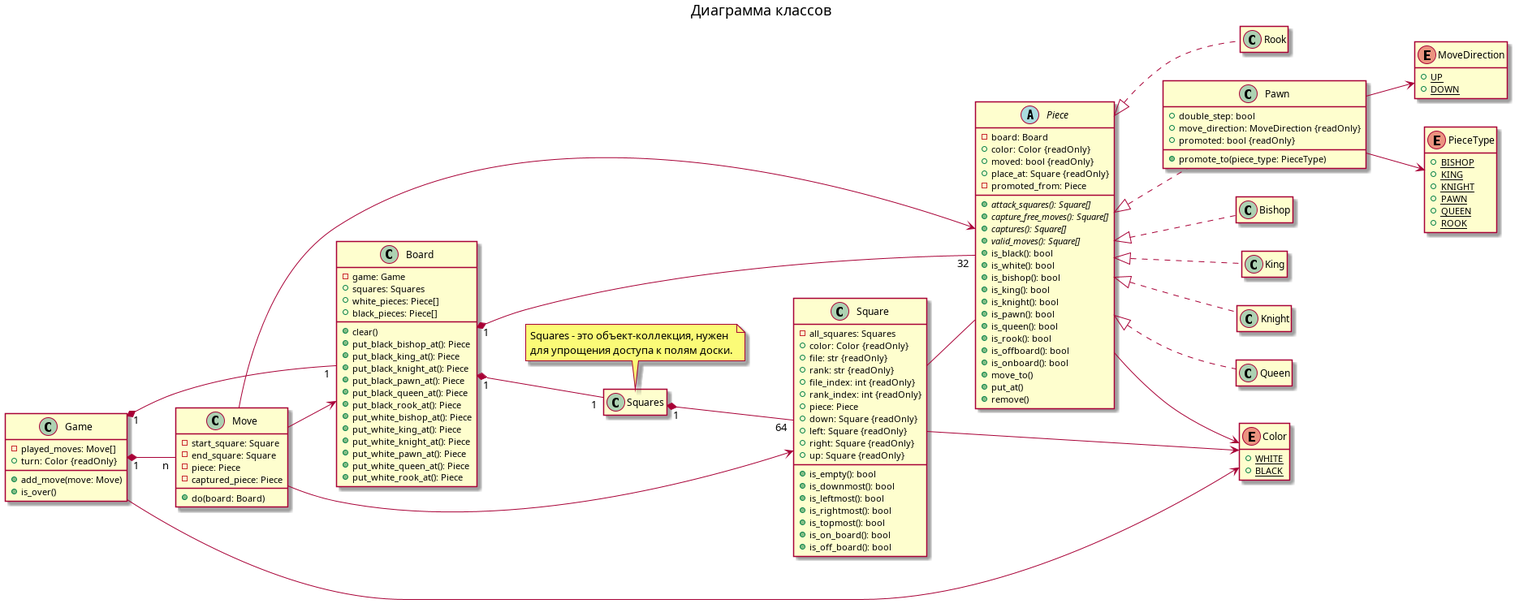
jaeshaed/531-chess keeps this PlantUML diagram as docs/chess.png. Above is the earlier version. Its source is kept beside it as docs/chess.puml.
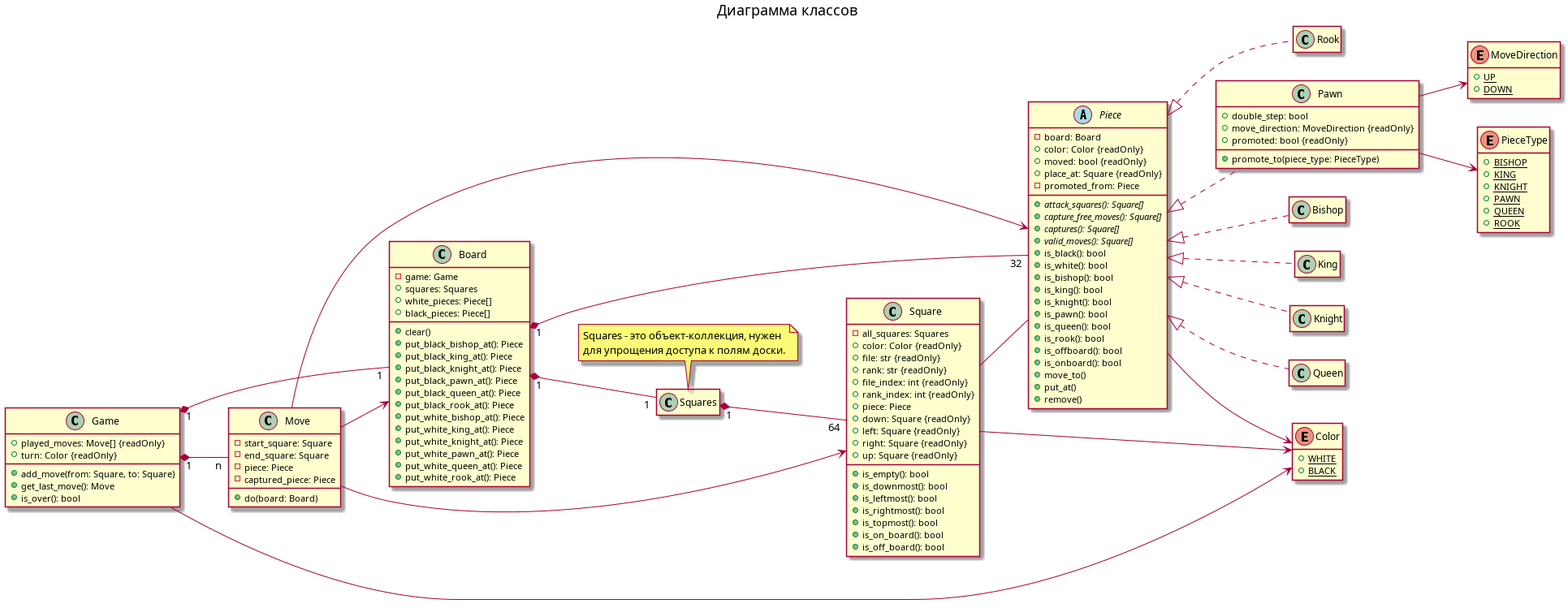
After the commit.

Commit message:
Обновил диаграмму классов.

Diff of the diagram source:
```diff
@@ -36,10 +36,11 @@
 }
 
 class Game {
-  -played_moves: Move[]
+  +played_moves: Move[] {readOnly}
   +turn: Color {readOnly}
-  +add_move(move: Move)
-  +is_over()
+  +add_move(from: Square, to: Square)
+  +get_last_move(): Move
+  +is_over(): bool
 }
 Game --> Color
 Game "1" *-- "1" Board
```
